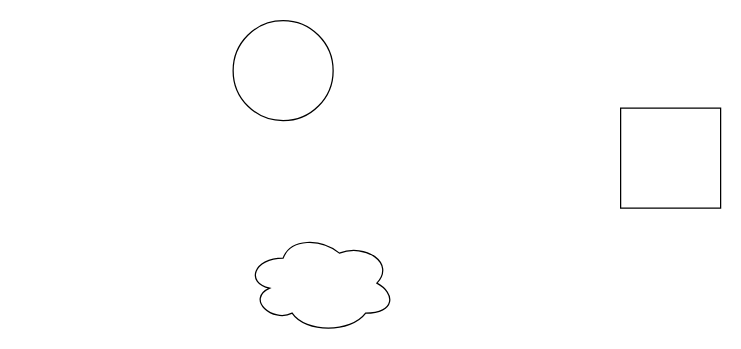
The draw.io diagram 未命名绘图.drawio in vueKingisMe/githubone, before the edit. Source tidied: cells renumbered, new cells numbered last; positions are measured from the earlier drawing's top-left corner, leaving out a move shared by most shapes. Both pictures are drawn from the tidied source at 125%, with x=0, y=0 at pixel (232, 20).
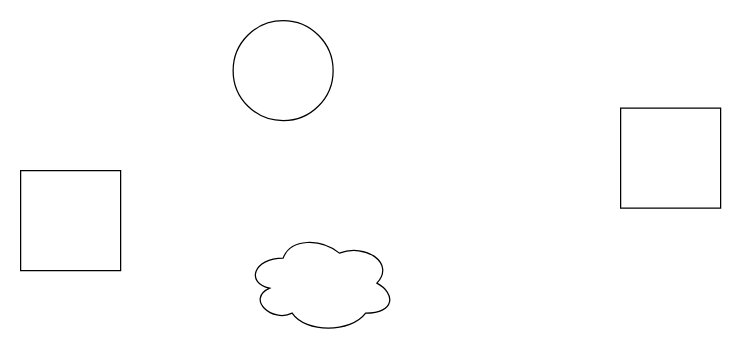
The same diagram, later.

Commit message (it also covers changes not shown here):
更新未命名绘图.drawio

Diff of the diagram source:
```diff
@@
 <mxGraphModel>
   <root>
     <mxCell id="0" />
     <mxCell id="1" parent="0" />
     <mxCell id="2" style="whiteSpace=wrap;html=1;" parent="1" vertex="1">
       <mxGeometry x="310" y="70" width="80" height="80" as="geometry" />
     </mxCell>
     <mxCell id="3" style="ellipse;shape=cloud;whiteSpace=wrap;html=1;" parent="1" vertex="1">
       <mxGeometry x="10" y="170" width="120" height="80" as="geometry" />
     </mxCell>
     <mxCell id="4" style="ellipse;whiteSpace=wrap;html=1;" parent="1" vertex="1">
       <mxGeometry width="80" height="80" as="geometry" />
     </mxCell>
+    <mxCell id="5" style="whiteSpace=wrap;html=1;" parent="1" vertex="1">
+      <mxGeometry x="-170" y="120" width="80" height="80" as="geometry" />
+    </mxCell>
   </root>
 </mxGraphModel>
```
